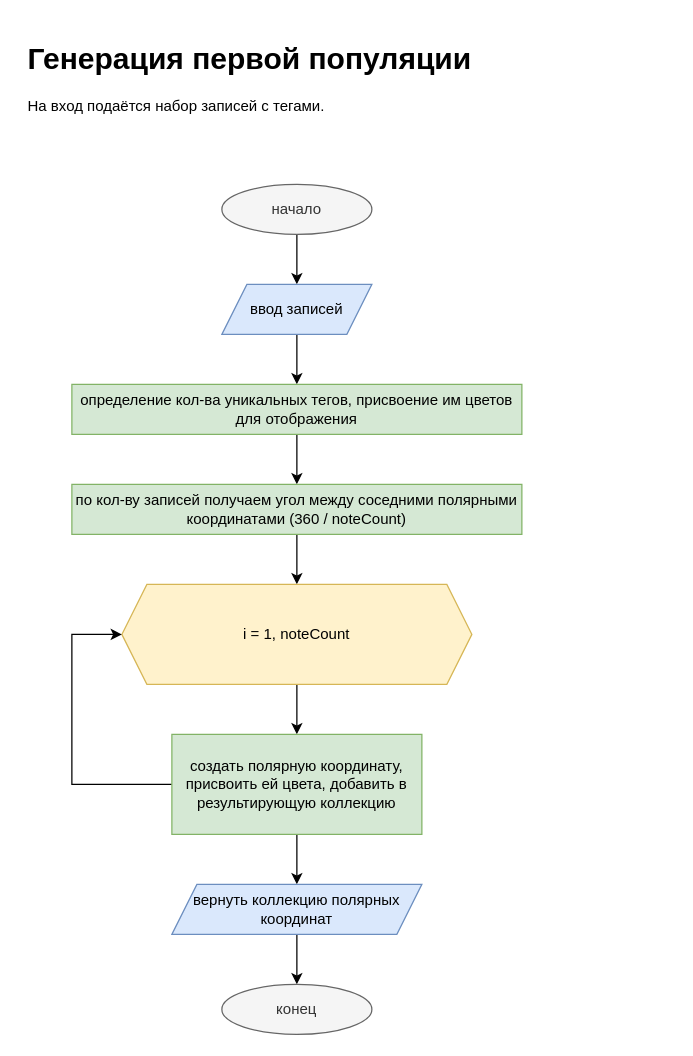
Earlier version of the draw.io diagram Zettelkasten.DesktopApp/Docs/Algorithms/Генерация первой популяции.drawio (Ondrya/Zettelkasten). Source tidied: cells renumbered, new cells numbered last; positions are measured from the earlier drawing's top-left corner, leaving out a move shared by most shapes. Both pictures are drawn from the tidied source at 125%, with x=0, y=0 at pixel (21, 34).
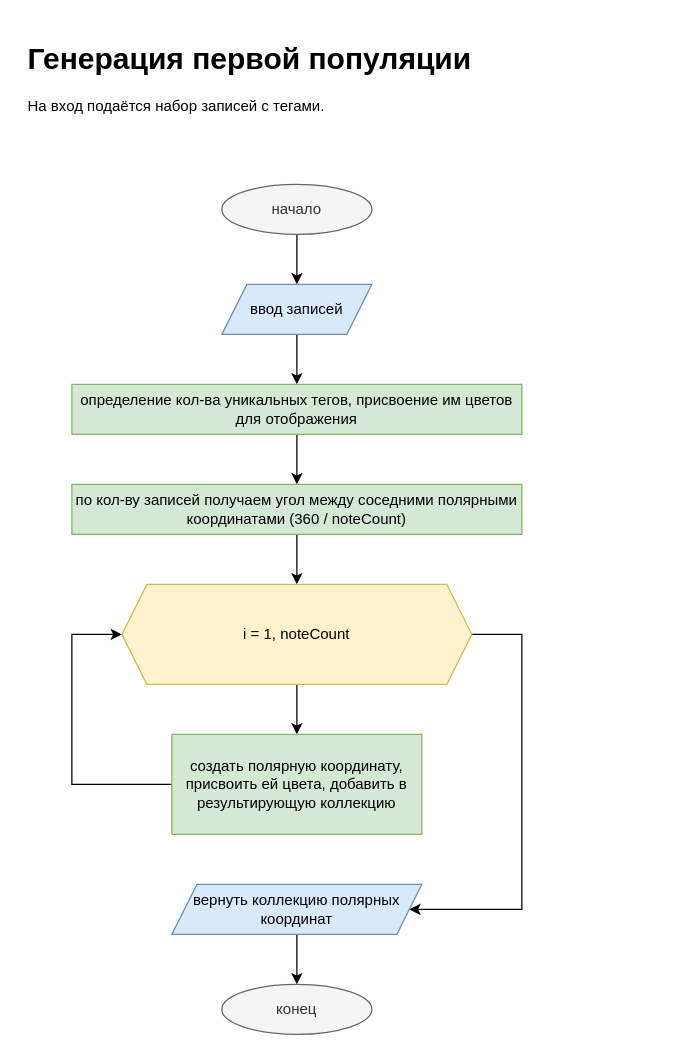
Above is the later version.

Commit message (it also covers changes not shown here):
fix generation diagramm and add mutation diagram

Unchanged cells that the change refers to:
```xml
<mxCell id="12" value="i = 1, noteCount" style="shape=hexagon;perimeter=hexagonPerimeter2;whiteSpace=wrap;html=1;fixedSize=1;fillColor=#fff2cc;strokeColor=#d6b656;" parent="1" vertex="1">
  <mxGeometry x="80" y="440" width="280" height="80" as="geometry" />
</mxCell>
<mxCell id="15" value="создать полярную координату, присвоить ей цвета, добавить в результирующую коллекцию" style="rounded=0;whiteSpace=wrap;html=1;fillColor=#d5e8d4;strokeColor=#82b366;" parent="1" vertex="1">
  <mxGeometry x="120" y="560" width="200" height="80" as="geometry" />
</mxCell>
<mxCell id="17" value="вернуть коллекцию полярных координат" style="shape=parallelogram;perimeter=parallelogramPerimeter;whiteSpace=wrap;html=1;fixedSize=1;fillColor=#dae8fc;strokeColor=#6c8ebf;" parent="1" vertex="1">
  <mxGeometry x="120" y="680" width="200" height="40" as="geometry" />
</mxCell>
```

The edit, as a diff of the source:
```diff
@@
+    <mxCell id="19" style="edgeStyle=orthogonalEdgeStyle;rounded=0;jettySize=auto;html=1;entryX=1;entryY=0.5;entryDx=0;entryDy=0;" parent="1" edge="1" source="12" target="17">
+      <mxGeometry relative="1" as="geometry">
+        <Array as="points">
+          <mxPoint x="400" y="480" />
+          <mxPoint x="400" y="700" />
+        </Array>
+      </mxGeometry>
+    </mxCell>
@@
-    <mxCell id="14" style="edgeStyle=orthogonalEdgeStyle;rounded=0;jettySize=auto;html=1;" parent="1" edge="1" source="15" target="17">
-      <mxGeometry relative="1" as="geometry" />
-    </mxCell>
```
